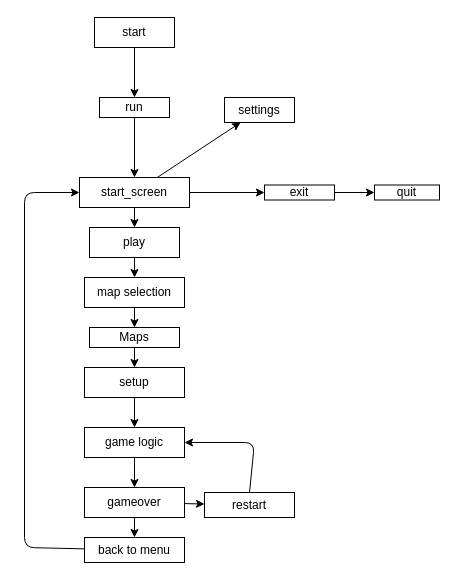
Earlier version of the draw.io diagram flow.drawio (Kharie01/Finals). Source tidied: cells renumbered, new cells numbered last; positions are measured from the earlier drawing's top-left corner, leaving out a move shared by most shapes. Both pictures are drawn from the tidied source at 100%, with x=0, y=0 at pixel (24, 17).
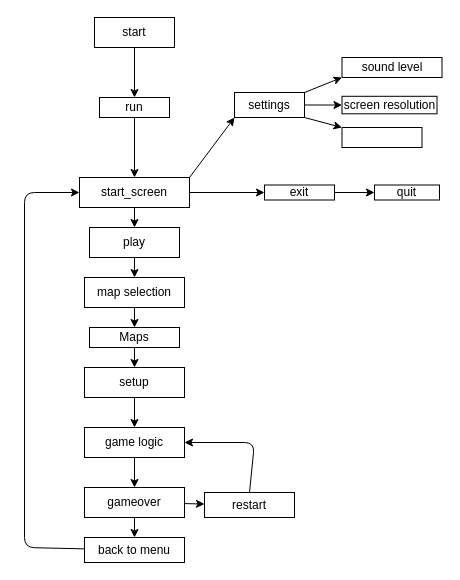
The same diagram, later.

The change refers to these unchanged cells:
```xml
<mxCell id="9" value="start_screen" style="whiteSpace=wrap;html=1;rounded=0;" parent="1" vertex="1">
  <mxGeometry x="55" y="160" width="110" height="30" as="geometry" />
</mxCell>
```

Change to the diagram source:
```diff
@@
-    <mxCell id="7" style="edgeStyle=none;html=1;" parent="1" edge="1" source="9" target="18">
+    <mxCell id="7" style="edgeStyle=none;html=1;entryX=0;entryY=1;entryDx=0;entryDy=0;exitX=1;exitY=0;exitDx=0;exitDy=0;" parent="1" edge="1" source="9" target="18">
       <mxGeometry relative="1" as="geometry" />
     </mxCell>
@@
+    <mxCell id="31" style="edgeStyle=none;html=1;exitX=1;exitY=0;exitDx=0;exitDy=0;entryX=0;entryY=1;entryDx=0;entryDy=0;" parent="1" edge="1" source="18" target="34">
+      <mxGeometry relative="1" as="geometry" />
+    </mxCell>
+    <mxCell id="32" style="edgeStyle=none;html=1;exitX=1;exitY=0.5;exitDx=0;exitDy=0;" parent="1" edge="1" source="18" target="35">
+      <mxGeometry relative="1" as="geometry" />
+    </mxCell>
+    <mxCell id="33" style="edgeStyle=none;html=1;exitX=1;exitY=1;exitDx=0;exitDy=0;entryX=0;entryY=0;entryDx=0;entryDy=0;" parent="1" edge="1" source="18" target="36">
+      <mxGeometry relative="1" as="geometry" />
+    </mxCell>
     <mxCell id="18" value="settings" style="rounded=0;whiteSpace=wrap;html=1;" parent="1" vertex="1">
-      <mxGeometry x="200" y="80" width="70" height="25" as="geometry" />
+      <mxGeometry x="210" y="75" width="70" height="25" as="geometry" />
     </mxCell>
@@
+    <mxCell id="34" value="sound level" style="rounded=0;whiteSpace=wrap;html=1;" parent="1" vertex="1">
+      <mxGeometry x="317.5" y="40" width="100" height="20" as="geometry" />
+    </mxCell>
+    <mxCell id="35" value="screen resolution" style="rounded=0;whiteSpace=wrap;html=1;" parent="1" vertex="1">
+      <mxGeometry x="317.5" y="78.8" width="95" height="17.5" as="geometry" />
+    </mxCell>
+    <mxCell id="36" style="rounded=0;whiteSpace=wrap;html=1;" parent="1" vertex="1">
+      <mxGeometry x="317.5" y="110" width="80" height="20" as="geometry" />
+    </mxCell>
```
